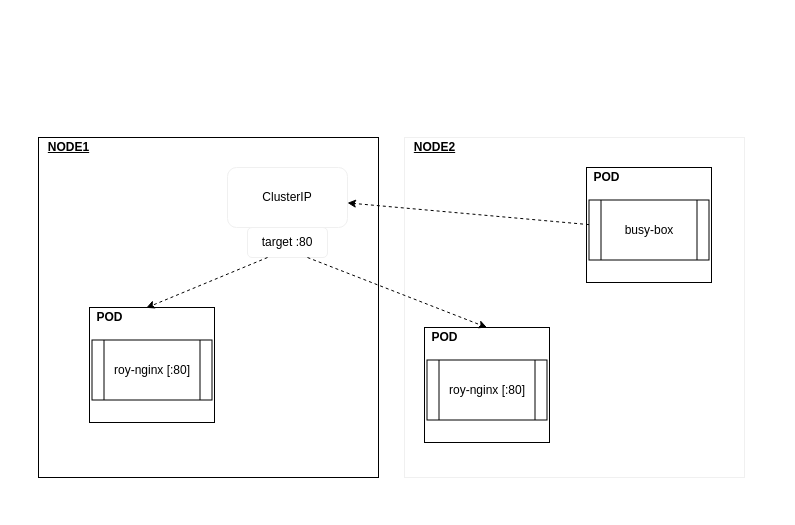
Above: services/cluster-ip.drawio in roylee0704/hello-k8 (draw.io), before the change. Source tidied: cells renumbered, new cells numbered last; positions are measured from the earlier drawing's top-left corner, leaving out a move shared by most shapes. Both pictures are drawn from the tidied source at 100%, with x=0, y=0 at pixel (38, 137).
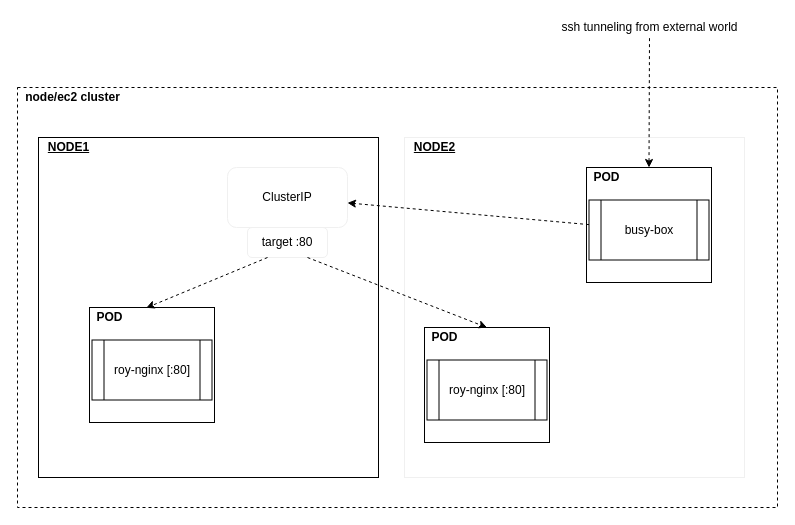
The same page after the edit.

The change refers to these unchanged cells:
```xml
<mxCell id="15" style="rounded=0;whiteSpace=wrap;html=1;" parent="14" vertex="1">
  <mxGeometry width="125" height="115" as="geometry" />
</mxCell>
```

Diff of the diagram source:
```diff
@@
+    <mxCell id="24" style="rounded=0;whiteSpace=wrap;html=1;dashed=1;" parent="1" vertex="1">
+      <mxGeometry x="-21" y="-50" width="760" height="420" as="geometry" />
+    </mxCell>
@@
+    <mxCell id="25" style="rounded=0;jettySize=auto;html=1;exitX=0.5;exitY=0;exitDx=0;exitDy=0;endArrow=none;endFill=0;startArrow=classic;startFill=1;dashed=1;" parent="1" edge="1" source="15">
+      <mxGeometry relative="1" as="geometry">
+        <mxPoint x="611" y="-100" as="targetPoint" />
+      </mxGeometry>
+    </mxCell>
+    <mxCell id="26" value="node/ec2 cluster" style="text;html=1;align=center;verticalAlign=middle;fontStyle=1;" parent="1" vertex="1">
+      <mxGeometry x="-21" y="-50" width="110" height="20" as="geometry" />
+    </mxCell>
+    <mxCell id="27" value="ssh tunneling from external world" style="text;html=1;align=center;verticalAlign=middle;" parent="1" vertex="1">
+      <mxGeometry x="516" y="-120" width="190" height="20" as="geometry" />
+    </mxCell>
```
